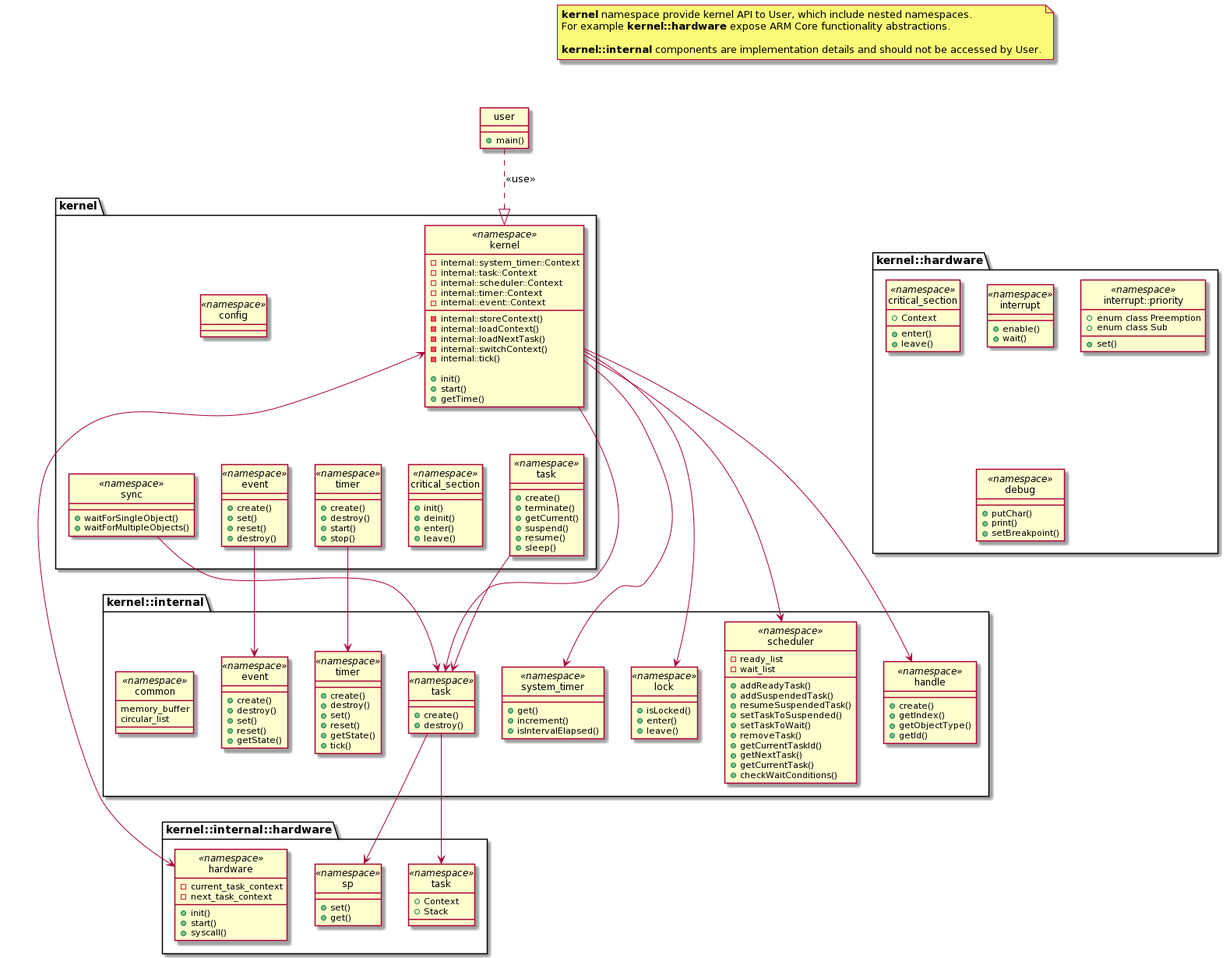
This is doc/arch.png from t4th/cortex-m3-rtos, a PlantUML export, as it was before one commit.
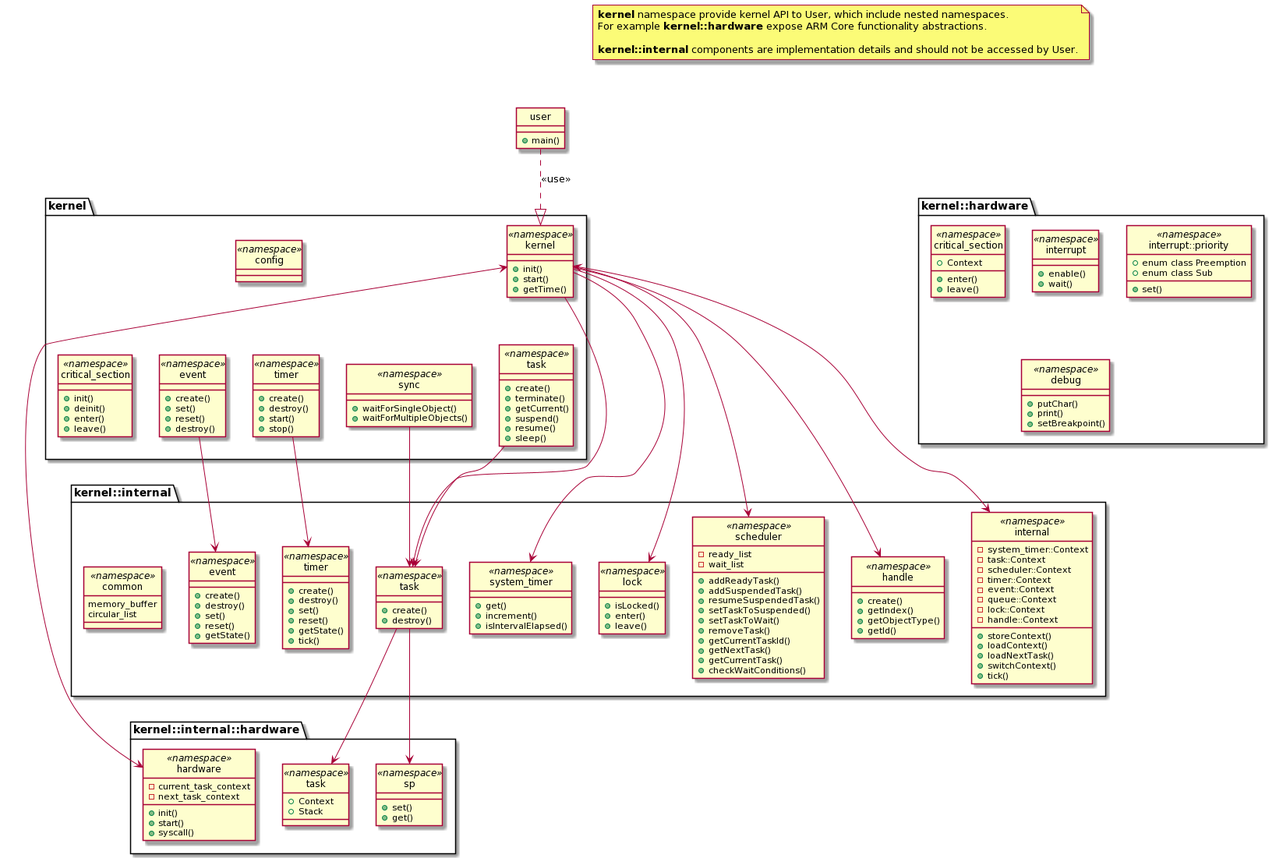
Later version of the same file.

Diff of the diagram source:
```diff
@@ -21,18 +21,6 @@
 alignment -[hidden]d-> user
 
 class kernel::kernel << namespace >>{
--internal::system_timer::Context
--internal::task::Context
--internal::scheduler::Context
--internal::timer::Context
--internal::event::Context
-
--internal::storeContext()
--internal::loadContext()
--internal::loadNextTask()
--internal::switchContext()
--internal::tick()
-
 + init()
 + start()
 + getTime()
@@ -48,6 +36,7 @@
 kernel::kernel -[hidden]d-> kernel::timer
 kernel::kernel -[hidden]d-> kernel::sync
 kernel::kernel <-> kernel::internal::hardware::hardware
+kernel::kernel <-> kernel::internal::internal
 
 kernel::kernel -d-> kernel::internal::scheduler
 kernel::kernel -d-> kernel::internal::handle
@@ -101,6 +90,23 @@
 }
 
 kernel::timer -> kernel::internal::timer
+
+class kernel::internal::internal << namespace >>{
+-system_timer::Context
+-task::Context
+-scheduler::Context
+-timer::Context
+-event::Context
+-queue::Context
+-lock::Context
+-handle::Context
+
++storeContext()
++loadContext()
++loadNextTask()
++switchContext()
++tick()
+}
 
 class kernel::internal::common << namespace >>{
  memory_buffer
```
